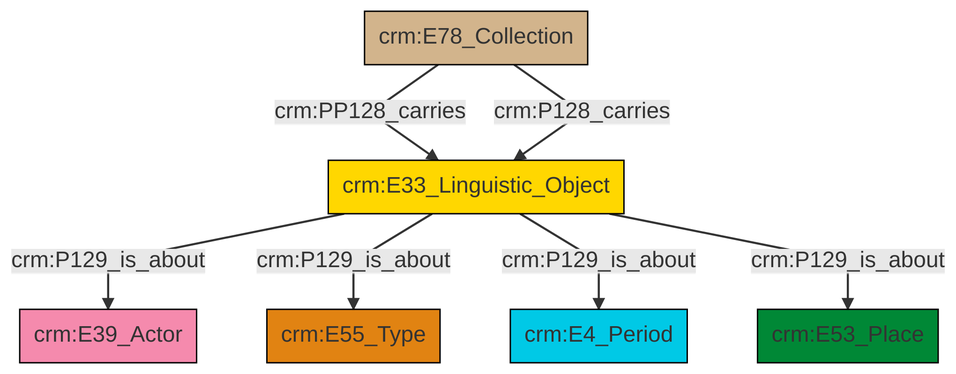
Before: et/archivalCSV/ttl/mmd/png/archival_aboutness.png, a diagram exported from Mermaid (swiss-art-research-net/docs.swissartresearch). Its source is kept beside it as et/archivalCSV/ttl/mmd/archival_aboutness.ttl.mmd.
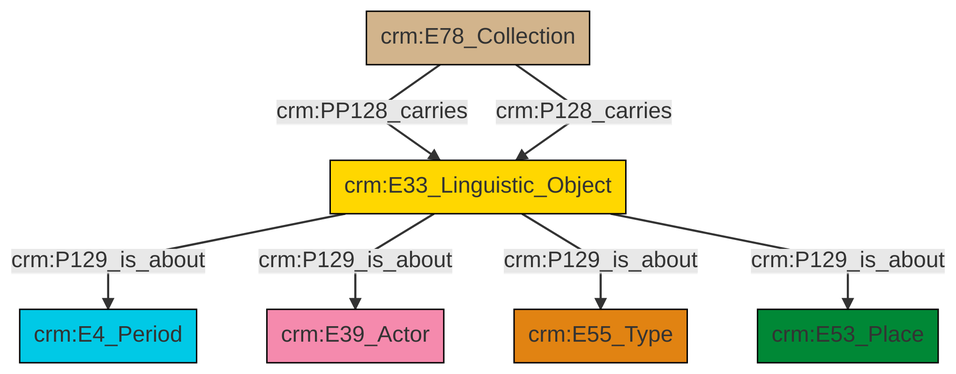
The same diagram one commit later.

The edit, as a diff of the source:
```diff
@@ -13,9 +13,9 @@
 classDef PC_Classes fill:#4ce600, stroke:#000000;
 classDef Multi fill:#cccccc,stroke:#000000;
 
-0["crm:E33_Linguistic_Object"]:::Conceptual_Object -->|crm:P129_is_about| 1["crm:E39_Actor"]:::Actor
-0["crm:E33_Linguistic_Object"]:::Conceptual_Object -->|crm:P129_is_about| 2["crm:E55_Type"]:::Type
-0["crm:E33_Linguistic_Object"]:::Conceptual_Object -->|crm:P129_is_about| 5["crm:E4_Period"]:::Temporal_Entity
+0["crm:E33_Linguistic_Object"]:::Conceptual_Object -->|crm:P129_is_about| 1["crm:E4_Period"]:::Temporal_Entity
 3["crm:E78_Collection"]:::Physical_Thing -->|crm:PP128_carries| 0["crm:E33_Linguistic_Object"]:::Conceptual_Object
-0["crm:E33_Linguistic_Object"]:::Conceptual_Object -->|crm:P129_is_about| 7["crm:E53_Place"]:::Place
 3["crm:E78_Collection"]:::Physical_Thing -->|crm:P128_carries| 0["crm:E33_Linguistic_Object"]:::Conceptual_Object
+0["crm:E33_Linguistic_Object"]:::Conceptual_Object -->|crm:P129_is_about| 6["crm:E39_Actor"]:::Actor
+0["crm:E33_Linguistic_Object"]:::Conceptual_Object -->|crm:P129_is_about| 4["crm:E55_Type"]:::Type
+0["crm:E33_Linguistic_Object"]:::Conceptual_Object -->|crm:P129_is_about| 8["crm:E53_Place"]:::Place
```
